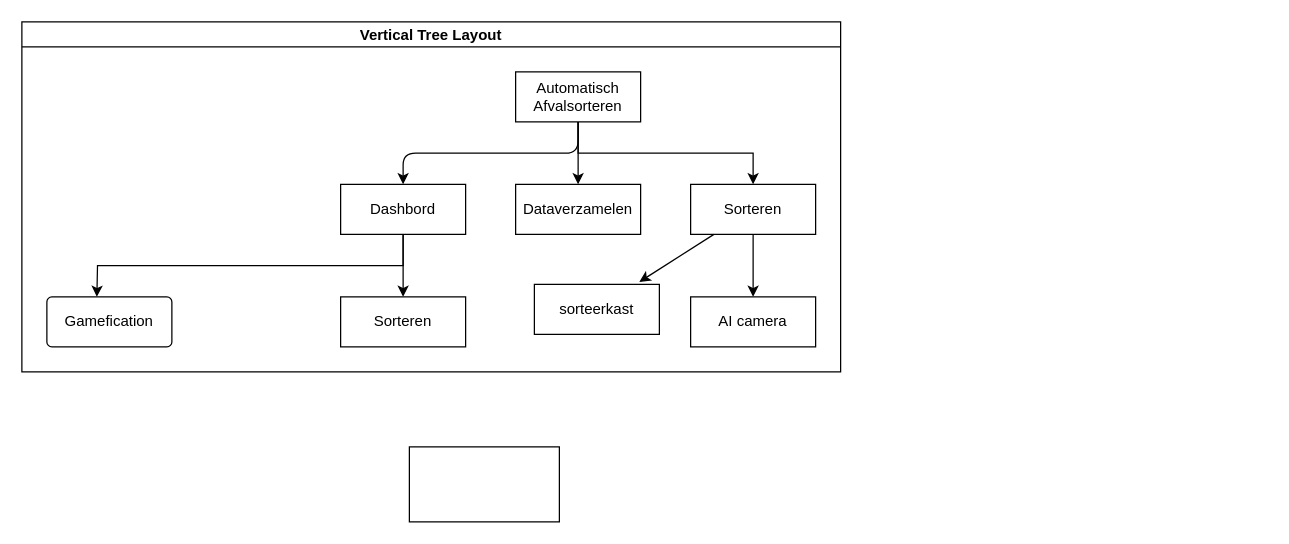
The draw.io diagram Diagram zonder titel.drawio in RA1035813/Skill, before the edit. Source tidied: cells renumbered, new cells numbered last; positions are measured from the earlier drawing's top-left corner, leaving out a move shared by most shapes. Both pictures are drawn from the tidied source at 125%, with x=0, y=0 at pixel (21, 21).
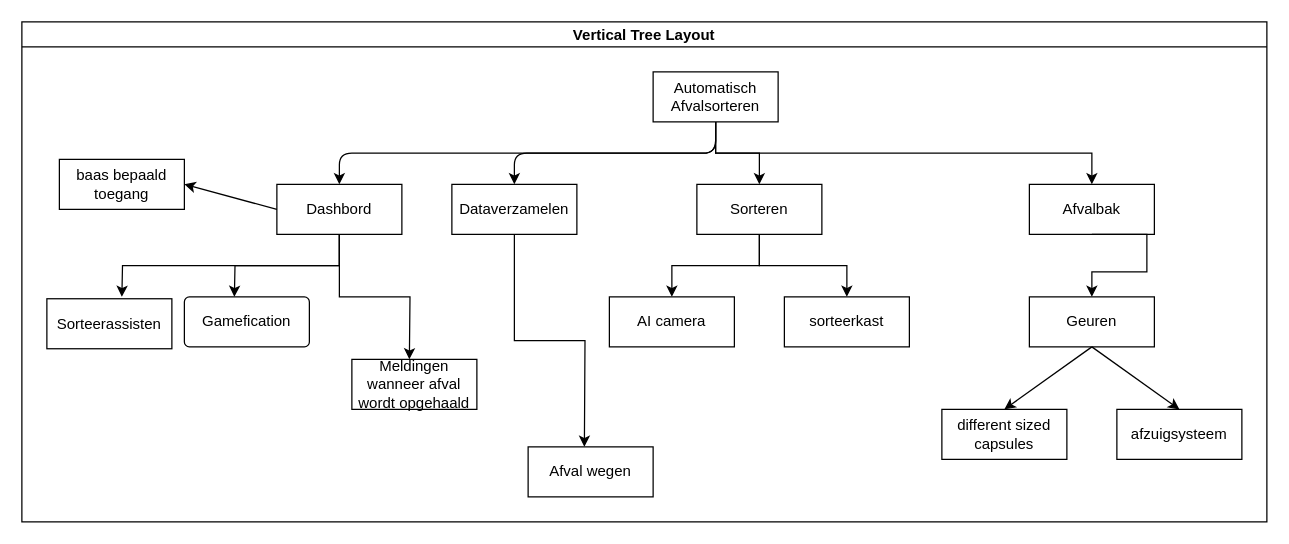
Above is the later version.

Diff of the diagram source:
```diff
@@
     <mxCell id="2" value="Vertical Tree Layout" style="swimlane;startSize=20;horizontal=1;horizontalTree=0;sortEdges=1;containerType=tree;fontSize=12;" parent="1" vertex="1">
-      <mxGeometry width="655" height="280" as="geometry" />
+      <mxGeometry width="996" height="400" as="geometry" />
     </mxCell>
@@
+    <mxCell id="19" style="edgeStyle=orthogonalEdgeStyle;rounded=0;jettySize=auto;html=1;exitX=0.5;exitY=1;exitDx=0;exitDy=0;" parent="2" edge="1" source="4" target="24">
+      <mxGeometry relative="1" as="geometry" />
+    </mxCell>
     <mxCell id="4" value="Automatisch Afvalsorteren" style="whiteSpace=wrap;html=1;" parent="2" vertex="1">
-      <mxGeometry x="395" y="40" width="100" height="40" as="geometry" />
+      <mxGeometry x="505" y="40" width="100" height="40" as="geometry" />
     </mxCell>
+    <mxCell id="20" style="edgeStyle=orthogonalEdgeStyle;rounded=0;jettySize=auto;html=1;exitX=0.5;exitY=1;exitDx=0;exitDy=0;" parent="2" edge="1" source="5">
+      <mxGeometry relative="1" as="geometry">
+        <mxPoint x="80" y="220" as="targetPoint" />
+      </mxGeometry>
+    </mxCell>
+    <mxCell id="21" style="edgeStyle=orthogonalEdgeStyle;rounded=0;jettySize=auto;html=1;exitX=0.5;exitY=1;exitDx=0;exitDy=0;" parent="2" edge="1" source="5">
+      <mxGeometry relative="1" as="geometry">
+        <mxPoint x="310" y="270" as="targetPoint" />
+      </mxGeometry>
+    </mxCell>
     <mxCell id="5" value="Dashbord" style="whiteSpace=wrap;html=1;" parent="2" vertex="1">
-      <mxGeometry x="255" y="130" width="100" height="40" as="geometry" />
+      <mxGeometry x="204" y="130" width="100" height="40" as="geometry" />
     </mxCell>
@@
+    <mxCell id="22" style="edgeStyle=orthogonalEdgeStyle;rounded=0;jettySize=auto;html=1;exitX=0.5;exitY=1;exitDx=0;exitDy=0;" parent="2" edge="1" source="7">
+      <mxGeometry relative="1" as="geometry">
+        <mxPoint x="450" y="340" as="targetPoint" />
+      </mxGeometry>
+    </mxCell>
     <mxCell id="7" value="Dataverzamelen" style="whiteSpace=wrap;html=1;" parent="2" vertex="1">
-      <mxGeometry x="395" y="130" width="100" height="40" as="geometry" />
+      <mxGeometry x="344" y="130" width="100" height="40" as="geometry" />
     </mxCell>
@@
     <mxCell id="9" value="Gamefication" style="rounded=1;arcSize=10;whiteSpace=wrap;html=1;align=center;" parent="2" vertex="1">
-      <mxGeometry x="20" y="220" width="100" height="40" as="geometry" />
+      <mxGeometry x="130" y="220" width="100" height="40" as="geometry" />
     </mxCell>
     <mxCell id="10" style="edgeStyle=orthogonalEdgeStyle;rounded=0;jettySize=auto;html=1;exitX=0.5;exitY=1;exitDx=0;exitDy=0;" parent="2" edge="1" source="5">
       <mxGeometry relative="1" as="geometry">
-        <mxPoint x="60" y="220" as="targetPoint" />
+        <mxPoint x="170" y="220" as="targetPoint" />
       </mxGeometry>
     </mxCell>
@@
+    <mxCell id="17" style="edgeStyle=orthogonalEdgeStyle;rounded=0;jettySize=auto;html=1;exitX=0.5;exitY=1;exitDx=0;exitDy=0;entryX=0.5;entryY=0;entryDx=0;entryDy=0;" parent="2" edge="1" source="12" target="16">
+      <mxGeometry relative="1" as="geometry" />
+    </mxCell>
     <mxCell id="12" value="Sorteren" style="whiteSpace=wrap;html=1;align=center;" parent="2" vertex="1">
-      <mxGeometry x="535" y="130" width="100" height="40" as="geometry" />
+      <mxGeometry x="540" y="130" width="100" height="40" as="geometry" />
     </mxCell>
     <mxCell id="13" value="AI camera" style="whiteSpace=wrap;html=1;align=center;" parent="2" vertex="1">
-      <mxGeometry x="535" y="220" width="100" height="40" as="geometry" />
+      <mxGeometry x="470" y="220" width="100" height="40" as="geometry" />
     </mxCell>
-    <mxCell id="14" style="endArrow=classic;html=1;rounded=0;" parent="2" edge="1" source="5" target="15">
-      <mxGeometry relative="1" as="geometry" />
-    </mxCell>
-    <mxCell id="15" value="Sorteren" style="whiteSpace=wrap;html=1;align=center;" parent="2" vertex="1">
-      <mxGeometry x="255" y="220" width="100" height="40" as="geometry" />
-    </mxCell>
+    <mxCell id="23" value="Afval wegen" style="whiteSpace=wrap;html=1;align=center;" parent="2" vertex="1">
+      <mxGeometry x="405" y="340" width="100" height="40" as="geometry" />
+    </mxCell>
     <mxCell id="16" value="sorteerkast" style="whiteSpace=wrap;html=1;align=center;" parent="2" vertex="1">
-      <mxGeometry x="410" y="210" width="100" height="40" as="geometry" />
+      <mxGeometry x="610" y="220" width="100" height="40" as="geometry" />
     </mxCell>
-    <mxCell id="17" style="endArrow=classic;html=1;rounded=0;entryX=0.84;entryY=-0.05;entryDx=0;entryDy=0;entryPerimeter=0;" parent="2" edge="1" source="12" target="16">
-      <mxGeometry relative="1" as="geometry" />
-    </mxCell>
-    <mxCell id="18" style="rounded=0;whiteSpace=wrap;html=1;" parent="1" vertex="1">
-      <mxGeometry x="310" y="340" width="120" height="60" as="geometry" />
-    </mxCell>
+    <mxCell id="24" value="Afvalbak" style="whiteSpace=wrap;html=1;align=center;" parent="2" vertex="1">
+      <mxGeometry x="806" y="130" width="100" height="40" as="geometry" />
+    </mxCell>
+    <mxCell id="25" value="different sized capsules" style="whiteSpace=wrap;html=1;align=center;" parent="2" vertex="1">
+      <mxGeometry x="736" y="310" width="100" height="40" as="geometry" />
+    </mxCell>
+    <mxCell id="26" value="afzuigsysteem" style="whiteSpace=wrap;html=1;align=center;" parent="2" vertex="1">
+      <mxGeometry x="876" y="310" width="100" height="40" as="geometry" />
+    </mxCell>
+    <mxCell id="27" value="Sorteerassisten" style="whiteSpace=wrap;html=1;align=center;" parent="2" vertex="1">
+      <mxGeometry x="20" y="221.5" width="100" height="40" as="geometry" />
+    </mxCell>
+    <mxCell id="28" value="Geuren" style="whiteSpace=wrap;html=1;align=center;" parent="2" vertex="1">
+      <mxGeometry x="806" y="220" width="100" height="40" as="geometry" />
+    </mxCell>
+    <mxCell id="29" style="edgeStyle=orthogonalEdgeStyle;rounded=0;jettySize=auto;html=1;exitX=0.5;exitY=1;exitDx=0;exitDy=0;" parent="2" edge="1" source="24" target="28">
+      <mxGeometry relative="1" as="geometry">
+        <Array as="points">
+          <mxPoint x="900" y="170" />
+          <mxPoint x="900" y="200" />
+          <mxPoint x="856" y="200" />
+        </Array>
+      </mxGeometry>
+    </mxCell>
+    <mxCell id="30" style="endArrow=classic;html=1;rounded=0;exitX=0.5;exitY=1;exitDx=0;exitDy=0;entryX=0.5;entryY=0;entryDx=0;entryDy=0;" parent="2" edge="1" source="28" target="25">
+      <mxGeometry relative="1" as="geometry" />
+    </mxCell>
+    <mxCell id="31" style="endArrow=classic;html=1;rounded=0;exitX=0.5;exitY=1;exitDx=0;exitDy=0;entryX=0.5;entryY=0;entryDx=0;entryDy=0;" parent="2" edge="1" source="28" target="26">
+      <mxGeometry relative="1" as="geometry" />
+    </mxCell>
+    <mxCell id="32" value="Meldingen wanneer afval wordt opgehaald" style="whiteSpace=wrap;html=1;align=center;" parent="2" vertex="1">
+      <mxGeometry x="264" y="270" width="100" height="40" as="geometry" />
+    </mxCell>
+    <mxCell id="33" value="baas bepaald toegang" style="whiteSpace=wrap;html=1;align=center;" parent="2" vertex="1">
+      <mxGeometry x="30" y="110" width="100" height="40" as="geometry" />
+    </mxCell>
+    <mxCell id="34" style="endArrow=classic;html=1;rounded=0;exitX=0;exitY=0.5;exitDx=0;exitDy=0;entryX=1;entryY=0.5;entryDx=0;entryDy=0;" parent="2" edge="1" source="5" target="33">
+      <mxGeometry relative="1" as="geometry" />
+    </mxCell>
```
